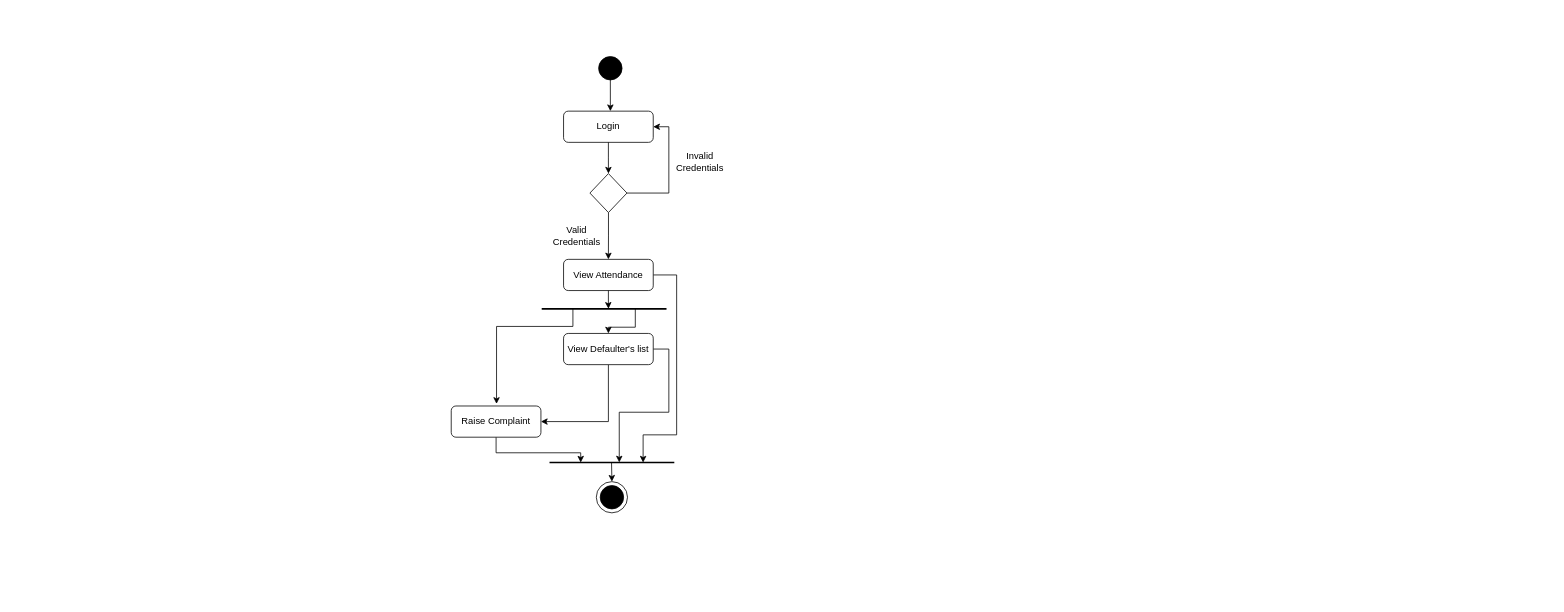
Before: SE PRAC/LAB 4/Activity Diagram.drawio in angreatharva/SPIT-FYMCA, a draw.io diagram. Source tidied: cells renumbered, new cells numbered last; positions are measured from the earlier drawing's top-left corner, leaving out a move shared by most shapes. Both pictures are drawn from the tidied source at 78%, with x=0, y=0 at pixel (451, 56).
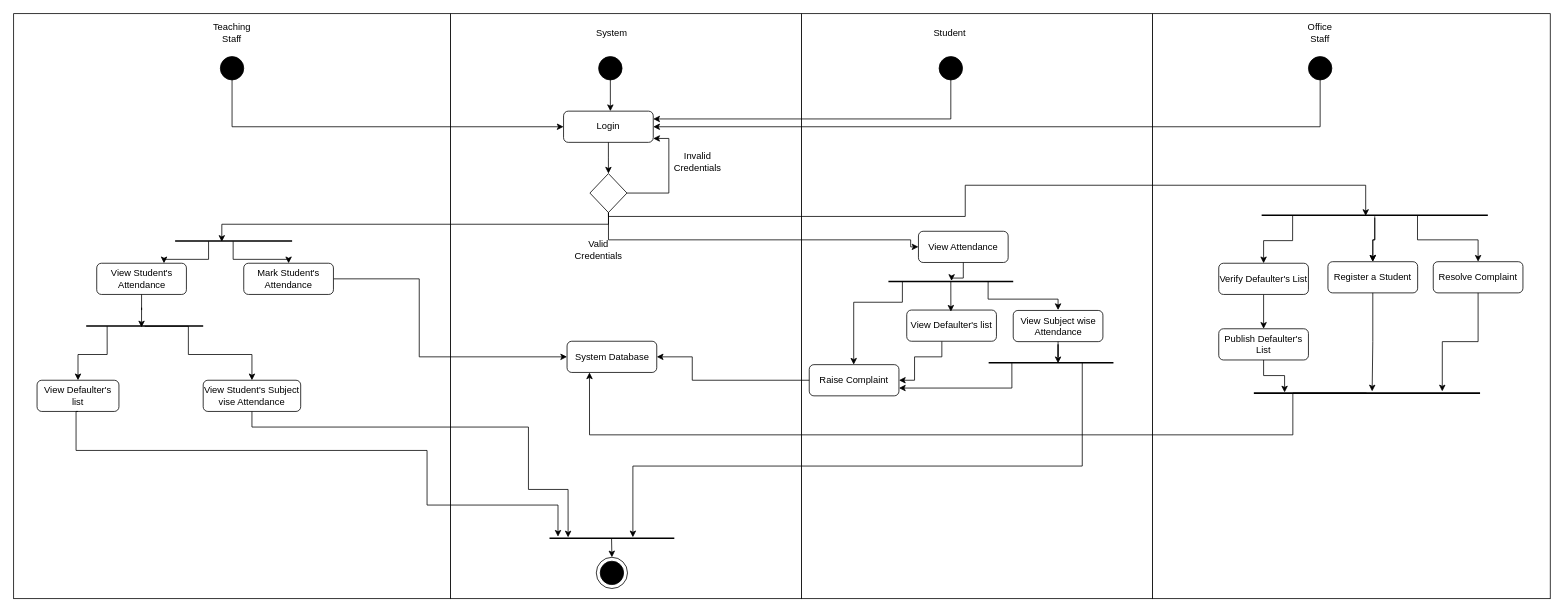
Above is the later version.

Unchanged cells that the change refers to:
```xml
<mxCell id="6" value="Login" style="rounded=1;whiteSpace=wrap;html=1;" parent="1" vertex="1">
  <mxGeometry x="144" y="70" width="115" height="40" as="geometry" />
</mxCell>
<mxCell id="17" style="rhombus;whiteSpace=wrap;html=1;" parent="1" vertex="1">
  <mxGeometry x="177.8" y="150" width="47.5" height="50" as="geometry" />
</mxCell>
```

Change to the diagram source:
```diff
@@
+    <mxCell id="26" style="rounded=0;whiteSpace=wrap;html=1;" parent="1" vertex="1">
+      <mxGeometry x="899" y="-55" width="510" height="750" as="geometry" />
+    </mxCell>
+    <mxCell id="27" style="rounded=0;whiteSpace=wrap;html=1;" parent="1" vertex="1">
+      <mxGeometry x="449" y="-55" width="450" height="750" as="geometry" />
+    </mxCell>
+    <mxCell id="28" style="rounded=0;whiteSpace=wrap;html=1;" parent="1" vertex="1">
+      <mxGeometry x="-1" y="-55" width="450" height="750" as="geometry" />
+    </mxCell>
+    <mxCell id="29" style="rounded=0;whiteSpace=wrap;html=1;" parent="1" vertex="1">
+      <mxGeometry x="-561" y="-55" width="560" height="750" as="geometry" />
+    </mxCell>
     <mxCell id="2" style="ellipse;whiteSpace=wrap;html=1;fontSize=9;" parent="1" vertex="1">
-      <mxGeometry x="186" y="545" width="40" height="40" as="geometry" />
+      <mxGeometry x="186" y="642" width="40" height="40" as="geometry" />
     </mxCell>
@@
-    <mxCell id="5" style="edgeStyle=orthogonalEdgeStyle;rounded=0;jettySize=auto;html=1;entryX=0.5;entryY=0;entryDx=0;entryDy=0;" parent="1" edge="1" source="17" target="13">
-      <mxGeometry relative="1" as="geometry" />
-    </mxCell>
@@
-    <mxCell id="7" style="edgeStyle=orthogonalEdgeStyle;rounded=0;jettySize=auto;html=1;entryX=0.25;entryY=0.5;entryDx=0;entryDy=0;exitX=0.5;exitY=1;exitDx=0;exitDy=0;entryPerimeter=0;" parent="1" edge="1" source="8" target="25">
-      <mxGeometry relative="1" as="geometry">
-        <Array as="points">
-          <mxPoint x="58" y="508" />
-          <mxPoint x="166" y="508" />
-        </Array>
-      </mxGeometry>
-    </mxCell>
-    <mxCell id="8" value="Raise Complaint" style="rounded=1;whiteSpace=wrap;html=1;" parent="1" vertex="1">
-      <mxGeometry y="448" width="115" height="40" as="geometry" />
-    </mxCell>
-    <mxCell id="9" style="edgeStyle=orthogonalEdgeStyle;rounded=0;jettySize=auto;html=1;entryX=1;entryY=0.5;entryDx=0;entryDy=0;exitX=0.5;exitY=1;exitDx=0;exitDy=0;" parent="1" edge="1" source="11" target="8">
-      <mxGeometry relative="1" as="geometry" />
-    </mxCell>
-    <mxCell id="10" style="edgeStyle=orthogonalEdgeStyle;rounded=0;jettySize=auto;html=1;entryX=0.559;entryY=0.478;entryDx=0;entryDy=0;exitX=1;exitY=0.5;exitDx=0;exitDy=0;entryPerimeter=0;" parent="1" edge="1" source="11" target="25">
-      <mxGeometry relative="1" as="geometry" />
-    </mxCell>
-    <mxCell id="11" value="View Defaulter's list" style="rounded=1;whiteSpace=wrap;html=1;" parent="1" vertex="1">
-      <mxGeometry x="144" y="355" width="115" height="40" as="geometry" />
-    </mxCell>
-    <mxCell id="12" style="edgeStyle=orthogonalEdgeStyle;rounded=0;jettySize=auto;html=1;entryX=0.75;entryY=0.5;entryDx=0;entryDy=0;exitX=1;exitY=0.5;exitDx=0;exitDy=0;entryPerimeter=0;" parent="1" edge="1" source="13" target="25">
-      <mxGeometry relative="1" as="geometry">
-        <Array as="points">
-          <mxPoint x="289" y="280" />
-          <mxPoint x="289" y="485" />
-          <mxPoint x="246" y="485" />
-        </Array>
-      </mxGeometry>
-    </mxCell>
-    <mxCell id="13" value="View Attendance" style="rounded=1;whiteSpace=wrap;html=1;" parent="1" vertex="1">
-      <mxGeometry x="144" y="260" width="115" height="40" as="geometry" />
-    </mxCell>
     <mxCell id="14" style="ellipse;whiteSpace=wrap;html=1;fillStyle=solid;fillColor=#000000;fontSize=9;" parent="1" vertex="1">
-      <mxGeometry x="191" y="550" width="30" height="30" as="geometry" />
+      <mxGeometry x="191" y="647" width="30" height="30" as="geometry" />
     </mxCell>
@@
-    <mxCell id="16" style="edgeStyle=orthogonalEdgeStyle;rounded=0;jettySize=auto;html=1;entryX=1;entryY=0.5;entryDx=0;entryDy=0;exitX=1;exitY=0.5;exitDx=0;exitDy=0;" parent="1" edge="1" source="17" target="6">
+    <mxCell id="16" style="edgeStyle=orthogonalEdgeStyle;rounded=0;jettySize=auto;html=1;exitX=1;exitY=0.5;exitDx=0;exitDy=0;" parent="1" edge="1" source="17" target="6">
       <mxGeometry relative="1" as="geometry">
         <Array as="points">
           <mxPoint x="279" y="175" />
-          <mxPoint x="279" y="90" />
+          <mxPoint x="279" y="105" />
         </Array>
       </mxGeometry>
     </mxCell>
+    <mxCell id="5" style="edgeStyle=orthogonalEdgeStyle;rounded=0;jettySize=auto;html=1;entryX=0;entryY=0.5;entryDx=0;entryDy=0;" parent="1" edge="1" source="17" target="13">
+      <mxGeometry relative="1" as="geometry">
+        <Array as="points">
+          <mxPoint x="202" y="235" />
+          <mxPoint x="589" y="235" />
+          <mxPoint x="589" y="244" />
+        </Array>
+      </mxGeometry>
+    </mxCell>
+    <mxCell id="30" style="edgeStyle=orthogonalEdgeStyle;rounded=0;jettySize=auto;html=1;entryX=0.46;entryY=0.618;entryDx=0;entryDy=0;entryPerimeter=0;exitX=0.5;exitY=1;exitDx=0;exitDy=0;" parent="1" edge="1" source="17" target="73">
+      <mxGeometry relative="1" as="geometry">
+        <Array as="points">
+          <mxPoint x="202" y="205" />
+          <mxPoint x="659" y="205" />
+          <mxPoint x="659" y="165" />
+          <mxPoint x="1172" y="165" />
+          <mxPoint x="1172" y="204" />
+        </Array>
+      </mxGeometry>
+    </mxCell>
@@
     <mxCell id="18" value="Valid Credentials" style="text;html=1;align=center;verticalAlign=middle;whiteSpace=wrap;rounded=0;" parent="1" vertex="1">
-      <mxGeometry x="131" y="215" width="60" height="30" as="geometry" />
+      <mxGeometry x="159" y="233" width="60" height="30" as="geometry" />
     </mxCell>
     <mxCell id="19" value="Invalid Credentials" style="text;html=1;align=center;verticalAlign=middle;whiteSpace=wrap;rounded=0;" parent="1" vertex="1">
-      <mxGeometry x="289" y="120" width="60" height="30" as="geometry" />
+      <mxGeometry x="286" y="120" width="60" height="30" as="geometry" />
     </mxCell>
-    <mxCell id="20" style="edgeStyle=orthogonalEdgeStyle;rounded=0;jettySize=auto;html=1;entryX=0.5;entryY=0;entryDx=0;entryDy=0;exitX=0.75;exitY=0.5;exitDx=0;exitDy=0;exitPerimeter=0;" parent="1" edge="1" source="22" target="11">
-      <mxGeometry relative="1" as="geometry" />
-    </mxCell>
-    <mxCell id="21" style="edgeStyle=orthogonalEdgeStyle;rounded=0;jettySize=auto;html=1;entryX=0.505;entryY=-0.068;entryDx=0;entryDy=0;exitX=0.25;exitY=0.5;exitDx=0;exitDy=0;exitPerimeter=0;entryPerimeter=0;" parent="1" edge="1" source="22" target="8">
-      <mxGeometry relative="1" as="geometry">
-        <Array as="points">
-          <mxPoint x="156" y="346" />
-          <mxPoint x="59" y="346" />
-          <mxPoint x="59" y="445" />
-        </Array>
-      </mxGeometry>
-    </mxCell>
-    <mxCell id="22" style="line;strokeWidth=2;html=1;" parent="1" vertex="1">
-      <mxGeometry x="116" y="320" width="160" height="7" as="geometry" />
-    </mxCell>
-    <mxCell id="23" style="edgeStyle=orthogonalEdgeStyle;rounded=0;jettySize=auto;html=1;entryX=0.535;entryY=0.477;entryDx=0;entryDy=0;entryPerimeter=0;" parent="1" edge="1" source="13" target="22">
-      <mxGeometry relative="1" as="geometry" />
-    </mxCell>
@@
     <mxCell id="25" style="line;strokeWidth=2;html=1;" parent="1" vertex="1">
-      <mxGeometry x="126" y="517" width="160" height="7" as="geometry" />
+      <mxGeometry x="126" y="614" width="160" height="7" as="geometry" />
     </mxCell>
+    <mxCell id="31" value="System" style="text;html=1;align=center;verticalAlign=middle;whiteSpace=wrap;rounded=0;" parent="1" vertex="1">
+      <mxGeometry x="176" y="-45" width="60" height="30" as="geometry" />
+    </mxCell>
+    <mxCell id="32" value="Student&amp;nbsp;" style="text;html=1;align=center;verticalAlign=middle;whiteSpace=wrap;rounded=0;" parent="1" vertex="1">
+      <mxGeometry x="610.5" y="-45" width="60" height="30" as="geometry" />
+    </mxCell>
+    <mxCell id="33" value="Teaching Staff" style="text;html=1;align=center;verticalAlign=middle;whiteSpace=wrap;rounded=0;" parent="1" vertex="1">
+      <mxGeometry x="-311" y="-45" width="60" height="30" as="geometry" />
+    </mxCell>
+    <mxCell id="34" value="Office Staff" style="text;html=1;align=center;verticalAlign=middle;whiteSpace=wrap;rounded=0;" parent="1" vertex="1">
+      <mxGeometry x="1084" y="-45" width="60" height="30" as="geometry" />
+    </mxCell>
+    <mxCell id="35" style="edgeStyle=orthogonalEdgeStyle;rounded=0;jettySize=auto;html=1;entryX=0;entryY=0.5;entryDx=0;entryDy=0;" parent="1" edge="1" source="36" target="6">
+      <mxGeometry relative="1" as="geometry">
+        <Array as="points">
+          <mxPoint x="-281" y="90" />
+        </Array>
+      </mxGeometry>
+    </mxCell>
+    <mxCell id="36" style="ellipse;whiteSpace=wrap;html=1;fillStyle=solid;fillColor=#000000;" parent="1" vertex="1">
+      <mxGeometry x="-296" width="30" height="30" as="geometry" />
+    </mxCell>
+    <mxCell id="37" style="edgeStyle=orthogonalEdgeStyle;rounded=0;jettySize=auto;html=1;entryX=1;entryY=0.25;entryDx=0;entryDy=0;" parent="1" edge="1" source="38" target="6">
+      <mxGeometry relative="1" as="geometry">
+        <Array as="points">
+          <mxPoint x="641" y="80" />
+        </Array>
+      </mxGeometry>
+    </mxCell>
+    <mxCell id="38" style="ellipse;whiteSpace=wrap;html=1;fillStyle=solid;fillColor=#000000;" parent="1" vertex="1">
+      <mxGeometry x="625.5" width="30" height="30" as="geometry" />
+    </mxCell>
+    <mxCell id="39" style="edgeStyle=orthogonalEdgeStyle;rounded=0;jettySize=auto;html=1;entryX=1;entryY=0.5;entryDx=0;entryDy=0;" parent="1" edge="1" source="40" target="6">
+      <mxGeometry relative="1" as="geometry">
+        <Array as="points">
+          <mxPoint x="1114" y="90" />
+        </Array>
+      </mxGeometry>
+    </mxCell>
+    <mxCell id="40" style="ellipse;whiteSpace=wrap;html=1;fillStyle=solid;fillColor=#000000;" parent="1" vertex="1">
+      <mxGeometry x="1099" width="30" height="30" as="geometry" />
+    </mxCell>
+    <mxCell id="41" value="View Student's Attendance" style="rounded=1;whiteSpace=wrap;html=1;" parent="1" vertex="1">
+      <mxGeometry x="-454.5" y="265" width="115" height="40" as="geometry" />
+    </mxCell>
+    <mxCell id="13" value="View Attendance" style="rounded=1;whiteSpace=wrap;html=1;" parent="1" vertex="1">
+      <mxGeometry x="599" y="224" width="115" height="40" as="geometry" />
+    </mxCell>
+    <mxCell id="42" style="edgeStyle=orthogonalEdgeStyle;rounded=0;jettySize=auto;html=1;entryX=1;entryY=0.5;entryDx=0;entryDy=0;" parent="1" edge="1" source="43" target="8">
+      <mxGeometry relative="1" as="geometry">
+        <Array as="points">
+          <mxPoint x="629" y="385" />
+          <mxPoint x="594" y="385" />
+          <mxPoint x="594" y="415" />
+        </Array>
+      </mxGeometry>
+    </mxCell>
+    <mxCell id="43" value="View Defaulter's list" style="rounded=1;whiteSpace=wrap;html=1;" parent="1" vertex="1">
+      <mxGeometry x="584" y="325" width="115" height="40" as="geometry" />
+    </mxCell>
+    <mxCell id="8" value="Raise Complaint" style="rounded=1;whiteSpace=wrap;html=1;" parent="1" vertex="1">
+      <mxGeometry x="459" y="395" width="115" height="40" as="geometry" />
+    </mxCell>
+    <mxCell id="44" style="edgeStyle=orthogonalEdgeStyle;rounded=0;jettySize=auto;html=1;entryX=0.5;entryY=0;entryDx=0;entryDy=0;exitX=0.799;exitY=0.462;exitDx=0;exitDy=0;exitPerimeter=0;" parent="1" edge="1" source="46">
+      <mxGeometry relative="1" as="geometry">
+        <mxPoint x="778" y="325" as="targetPoint" />
+        <Array as="points">
+          <mxPoint x="688" y="311" />
+          <mxPoint x="778" y="311" />
+        </Array>
+      </mxGeometry>
+    </mxCell>
+    <mxCell id="45" style="edgeStyle=orthogonalEdgeStyle;rounded=0;jettySize=auto;html=1;exitX=0.112;exitY=0.504;exitDx=0;exitDy=0;exitPerimeter=0;" parent="1" edge="1" source="46" target="8">
+      <mxGeometry relative="1" as="geometry">
+        <Array as="points">
+          <mxPoint x="578" y="315" />
+          <mxPoint x="516" y="315" />
+        </Array>
+      </mxGeometry>
+    </mxCell>
+    <mxCell id="46" style="line;strokeWidth=2;html=1;" parent="1" vertex="1">
+      <mxGeometry x="560.5" y="285" width="160" height="7" as="geometry" />
+    </mxCell>
+    <mxCell id="47" style="edgeStyle=orthogonalEdgeStyle;rounded=0;jettySize=auto;html=1;entryX=0.506;entryY=0.371;entryDx=0;entryDy=0;entryPerimeter=0;" parent="1" edge="1" source="13" target="46">
+      <mxGeometry relative="1" as="geometry" />
+    </mxCell>
+    <mxCell id="48" value="View Defaulter's list" style="rounded=1;whiteSpace=wrap;html=1;" parent="1" vertex="1">
+      <mxGeometry x="-531" y="415" width="105" height="40" as="geometry" />
+    </mxCell>
+    <mxCell id="49" style="edgeStyle=orthogonalEdgeStyle;rounded=0;jettySize=auto;html=1;entryX=0.5;entryY=0;entryDx=0;entryDy=0;exitX=0.5;exitY=0.547;exitDx=0;exitDy=0;exitPerimeter=0;" parent="1" edge="1" source="51" target="53">
+      <mxGeometry relative="1" as="geometry">
+        <Array as="points">
+          <mxPoint x="-337" y="346" />
+          <mxPoint x="-337" y="382" />
+          <mxPoint x="-256" y="382" />
+        </Array>
+      </mxGeometry>
+    </mxCell>
+    <mxCell id="50" style="edgeStyle=orthogonalEdgeStyle;rounded=0;jettySize=auto;html=1;entryX=0.5;entryY=0;entryDx=0;entryDy=0;exitX=0.179;exitY=0.516;exitDx=0;exitDy=0;exitPerimeter=0;" parent="1" edge="1" source="51" target="48">
+      <mxGeometry relative="1" as="geometry">
+        <Array as="points">
+          <mxPoint x="-441" y="382" />
+          <mxPoint x="-478" y="382" />
+        </Array>
+      </mxGeometry>
+    </mxCell>
+    <mxCell id="51" style="line;strokeWidth=2;html=1;" parent="1" vertex="1">
+      <mxGeometry x="-468" y="342" width="150" height="7" as="geometry" />
+    </mxCell>
+    <mxCell id="52" style="edgeStyle=orthogonalEdgeStyle;rounded=0;jettySize=auto;html=1;entryX=0.473;entryY=0.745;entryDx=0;entryDy=0;entryPerimeter=0;" parent="1" edge="1" source="41" target="51">
+      <mxGeometry relative="1" as="geometry" />
+    </mxCell>
+    <mxCell id="53" value="View Student's Subject vise Attendance" style="rounded=1;whiteSpace=wrap;html=1;" parent="1" vertex="1">
+      <mxGeometry x="-318" y="415" width="125" height="40" as="geometry" />
+    </mxCell>
+    <mxCell id="54" style="edgeStyle=orthogonalEdgeStyle;rounded=0;jettySize=auto;html=1;entryX=0.149;entryY=0.355;entryDx=0;entryDy=0;entryPerimeter=0;" parent="1" edge="1" source="53" target="25">
+      <mxGeometry relative="1" as="geometry">
+        <Array as="points">
+          <mxPoint x="-256" y="475" />
+          <mxPoint x="99" y="475" />
+          <mxPoint x="99" y="555" />
+          <mxPoint x="150" y="555" />
+        </Array>
+      </mxGeometry>
+    </mxCell>
+    <mxCell id="55" style="edgeStyle=orthogonalEdgeStyle;rounded=0;jettySize=auto;html=1;entryX=0.068;entryY=0.222;entryDx=0;entryDy=0;exitX=0.5;exitY=1;exitDx=0;exitDy=0;entryPerimeter=0;" parent="1" edge="1" source="48" target="25">
+      <mxGeometry relative="1" as="geometry">
+        <Array as="points">
+          <mxPoint x="-481" y="455" />
+          <mxPoint x="-481" y="505" />
+          <mxPoint x="-31" y="505" />
+          <mxPoint x="-31" y="575" />
+          <mxPoint x="137" y="575" />
+        </Array>
+      </mxGeometry>
+    </mxCell>
+    <mxCell id="56" style="edgeStyle=orthogonalEdgeStyle;rounded=0;jettySize=auto;html=1;entryX=0.75;entryY=0;entryDx=0;entryDy=0;exitX=0.286;exitY=0.542;exitDx=0;exitDy=0;exitPerimeter=0;" parent="1" edge="1" source="58" target="41">
+      <mxGeometry relative="1" as="geometry">
+        <Array as="points">
+          <mxPoint x="-311" y="260" />
+          <mxPoint x="-368" y="260" />
+        </Array>
+      </mxGeometry>
+    </mxCell>
+    <mxCell id="57" style="edgeStyle=orthogonalEdgeStyle;rounded=0;jettySize=auto;html=1;entryX=0.5;entryY=0;entryDx=0;entryDy=0;exitX=0.496;exitY=0.556;exitDx=0;exitDy=0;exitPerimeter=0;" parent="1" edge="1" source="58" target="60">
+      <mxGeometry relative="1" as="geometry" />
+    </mxCell>
+    <mxCell id="58" style="line;strokeWidth=2;html=1;" parent="1" vertex="1">
+      <mxGeometry x="-354" y="233" width="150" height="7" as="geometry" />
+    </mxCell>
+    <mxCell id="59" style="edgeStyle=orthogonalEdgeStyle;rounded=0;jettySize=auto;html=1;entryX=0;entryY=0.5;entryDx=0;entryDy=0;" parent="1" edge="1" source="60" target="61">
+      <mxGeometry relative="1" as="geometry">
+        <Array as="points">
+          <mxPoint x="-41" y="285" />
+          <mxPoint x="-41" y="385" />
+        </Array>
+      </mxGeometry>
+    </mxCell>
+    <mxCell id="60" value="Mark Student's Attendance" style="rounded=1;whiteSpace=wrap;html=1;" parent="1" vertex="1">
+      <mxGeometry x="-266" y="265" width="115" height="40" as="geometry" />
+    </mxCell>
+    <mxCell id="61" value="System Database" style="rounded=1;whiteSpace=wrap;html=1;" parent="1" vertex="1">
+      <mxGeometry x="148.5" y="365" width="115" height="40" as="geometry" />
+    </mxCell>
+    <mxCell id="62" style="edgeStyle=orthogonalEdgeStyle;rounded=0;jettySize=auto;html=1;entryX=0.399;entryY=0.653;entryDx=0;entryDy=0;entryPerimeter=0;" parent="1" edge="1" source="17" target="58">
+      <mxGeometry relative="1" as="geometry">
+        <Array as="points">
+          <mxPoint x="202" y="215" />
+          <mxPoint x="-294" y="215" />
+        </Array>
+      </mxGeometry>
+    </mxCell>
+    <mxCell id="63" value="View Subject wise Attendance" style="rounded=1;whiteSpace=wrap;html=1;" parent="1" vertex="1">
+      <mxGeometry x="720.5" y="325.5" width="115" height="40" as="geometry" />
+    </mxCell>
+    <mxCell id="64" style="edgeStyle=orthogonalEdgeStyle;rounded=0;jettySize=auto;html=1;entryX=0.492;entryY=0.052;entryDx=0;entryDy=0;entryPerimeter=0;exitX=0.5;exitY=0.559;exitDx=0;exitDy=0;exitPerimeter=0;" parent="1" edge="1" source="46" target="43">
+      <mxGeometry relative="1" as="geometry" />
+    </mxCell>
+    <mxCell id="65" style="edgeStyle=orthogonalEdgeStyle;rounded=0;jettySize=auto;html=1;entryX=1;entryY=0.5;entryDx=0;entryDy=0;" parent="1" edge="1" source="8" target="61">
+      <mxGeometry relative="1" as="geometry">
+        <Array as="points">
+          <mxPoint x="309" y="415" />
+          <mxPoint x="309" y="385" />
+        </Array>
+      </mxGeometry>
+    </mxCell>
+    <mxCell id="66" style="edgeStyle=orthogonalEdgeStyle;rounded=0;jettySize=auto;html=1;entryX=0.668;entryY=0.327;entryDx=0;entryDy=0;entryPerimeter=0;exitX=0.75;exitY=0.5;exitDx=0;exitDy=0;exitPerimeter=0;" parent="1" edge="1" source="83" target="25">
+      <mxGeometry relative="1" as="geometry">
+        <Array as="points">
+          <mxPoint x="809" y="525" />
+          <mxPoint x="233" y="525" />
+        </Array>
+      </mxGeometry>
+    </mxCell>
+    <mxCell id="67" style="edgeStyle=orthogonalEdgeStyle;rounded=0;jettySize=auto;html=1;entryX=0.5;entryY=0;entryDx=0;entryDy=0;" parent="1" edge="1" source="68" target="74">
+      <mxGeometry relative="1" as="geometry" />
+    </mxCell>
+    <mxCell id="68" value="Verify Defaulter's List" style="rounded=1;whiteSpace=wrap;html=1;" parent="1" vertex="1">
+      <mxGeometry x="984" y="265" width="115" height="40" as="geometry" />
+    </mxCell>
+    <mxCell id="69" style="edgeStyle=orthogonalEdgeStyle;rounded=0;jettySize=auto;html=1;entryX=0.5;entryY=0;entryDx=0;entryDy=0;exitX=0.137;exitY=0.503;exitDx=0;exitDy=0;exitPerimeter=0;" parent="1" edge="1" source="73" target="68">
+      <mxGeometry relative="1" as="geometry">
+        <Array as="points">
+          <mxPoint x="1079" y="236" />
+          <mxPoint x="1041" y="236" />
+        </Array>
+      </mxGeometry>
+    </mxCell>
+    <mxCell id="70" style="edgeStyle=orthogonalEdgeStyle;rounded=0;jettySize=auto;html=1;entryX=0.5;entryY=0;entryDx=0;entryDy=0;" parent="1" edge="1" source="73" target="76">
+      <mxGeometry relative="1" as="geometry" />
+    </mxCell>
+    <mxCell id="71" style="edgeStyle=orthogonalEdgeStyle;rounded=0;jettySize=auto;html=1;entryX=0.5;entryY=0;entryDx=0;entryDy=0;exitX=0.689;exitY=0.628;exitDx=0;exitDy=0;exitPerimeter=0;" parent="1" edge="1" source="73" target="75">
+      <mxGeometry relative="1" as="geometry">
+        <Array as="points">
+          <mxPoint x="1239" y="235" />
+          <mxPoint x="1317" y="235" />
+        </Array>
+      </mxGeometry>
+    </mxCell>
+    <mxCell id="72" style="edgeStyle=orthogonalEdgeStyle;rounded=0;jettySize=auto;html=1;exitX=0.5;exitY=0.691;exitDx=0;exitDy=0;exitPerimeter=0;" parent="1" edge="1" source="73" target="76">
+      <mxGeometry relative="1" as="geometry" />
+    </mxCell>
+    <mxCell id="73" style="line;strokeWidth=2;html=1;" parent="1" vertex="1">
+      <mxGeometry x="1039" y="200" width="290" height="7" as="geometry" />
+    </mxCell>
+    <mxCell id="74" value="Publish Defaulter's List" style="rounded=1;whiteSpace=wrap;html=1;" parent="1" vertex="1">
+      <mxGeometry x="984" y="349" width="115" height="40" as="geometry" />
+    </mxCell>
+    <mxCell id="75" value="Resolve Complaint" style="rounded=1;whiteSpace=wrap;html=1;" parent="1" vertex="1">
+      <mxGeometry x="1259" y="263" width="115" height="40" as="geometry" />
+    </mxCell>
+    <mxCell id="76" value="Register a Student" style="rounded=1;whiteSpace=wrap;html=1;" parent="1" vertex="1">
+      <mxGeometry x="1124" y="263" width="115" height="40" as="geometry" />
+    </mxCell>
+    <mxCell id="77" style="edgeStyle=orthogonalEdgeStyle;rounded=0;jettySize=auto;html=1;entryX=0.25;entryY=1;entryDx=0;entryDy=0;exitX=0.498;exitY=0.478;exitDx=0;exitDy=0;exitPerimeter=0;" parent="1" edge="1" source="78" target="61">
+      <mxGeometry relative="1" as="geometry">
+        <Array as="points">
+          <mxPoint x="1079" y="431" />
+          <mxPoint x="1079" y="485" />
+          <mxPoint x="177" y="485" />
+        </Array>
+      </mxGeometry>
+    </mxCell>
+    <mxCell id="78" style="line;strokeWidth=2;html=1;" parent="1" vertex="1">
+      <mxGeometry x="1029" y="428" width="290" height="7" as="geometry" />
+    </mxCell>
+    <mxCell id="79" style="edgeStyle=orthogonalEdgeStyle;rounded=0;jettySize=auto;html=1;entryX=0.136;entryY=0.373;entryDx=0;entryDy=0;entryPerimeter=0;" parent="1" edge="1" source="74" target="78">
+      <mxGeometry relative="1" as="geometry" />
+    </mxCell>
+    <mxCell id="80" style="edgeStyle=orthogonalEdgeStyle;rounded=0;jettySize=auto;html=1;entryX=0.523;entryY=0.181;entryDx=0;entryDy=0;entryPerimeter=0;" parent="1" edge="1" source="76" target="78">
+      <mxGeometry relative="1" as="geometry" />
+    </mxCell>
+    <mxCell id="81" style="edgeStyle=orthogonalEdgeStyle;rounded=0;jettySize=auto;html=1;entryX=0.833;entryY=0.181;entryDx=0;entryDy=0;entryPerimeter=0;" parent="1" edge="1" source="75" target="78">
+      <mxGeometry relative="1" as="geometry" />
+    </mxCell>
+    <mxCell id="82" style="edgeStyle=orthogonalEdgeStyle;rounded=0;jettySize=auto;html=1;entryX=1;entryY=0.75;entryDx=0;entryDy=0;exitX=0.186;exitY=0.566;exitDx=0;exitDy=0;exitPerimeter=0;" parent="1" edge="1" source="83" target="8">
+      <mxGeometry relative="1" as="geometry">
+        <Array as="points">
+          <mxPoint x="719" y="425" />
+        </Array>
+      </mxGeometry>
+    </mxCell>
+    <mxCell id="83" style="line;strokeWidth=2;html=1;" parent="1" vertex="1">
+      <mxGeometry x="689" y="389" width="160" height="7" as="geometry" />
+    </mxCell>
+    <mxCell id="84" style="edgeStyle=orthogonalEdgeStyle;rounded=0;jettySize=auto;html=1;entryX=0.556;entryY=0.594;entryDx=0;entryDy=0;entryPerimeter=0;" parent="1" edge="1" source="63" target="83">
+      <mxGeometry relative="1" as="geometry" />
+    </mxCell>
```
